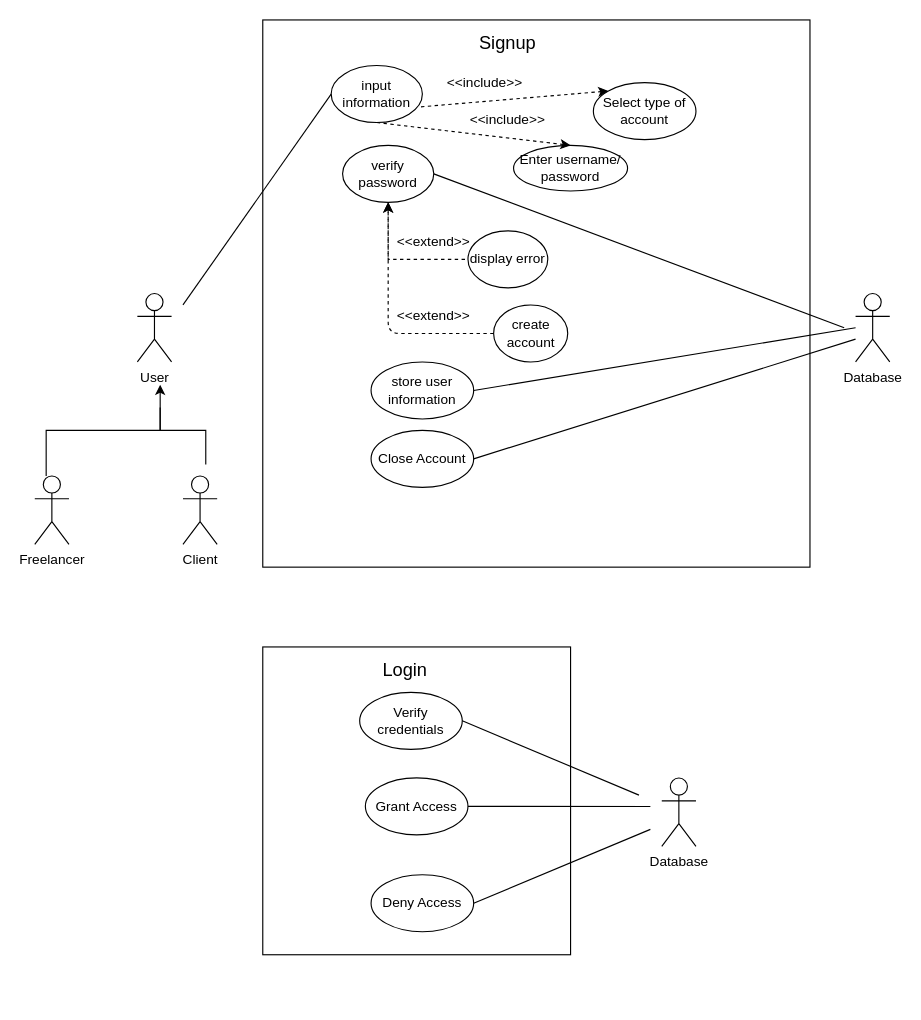
A-Hazzard/DRGNSTUDIO keeps this draw.io diagram as Software Project/case.drawio. Above is the earlier version. Source tidied: cells renumbered, new cells numbered last; positions are measured from the earlier drawing's top-left corner, leaving out a move shared by most shapes. Both pictures are drawn from the tidied source at 114%, with x=0, y=0 at pixel (34, 19).
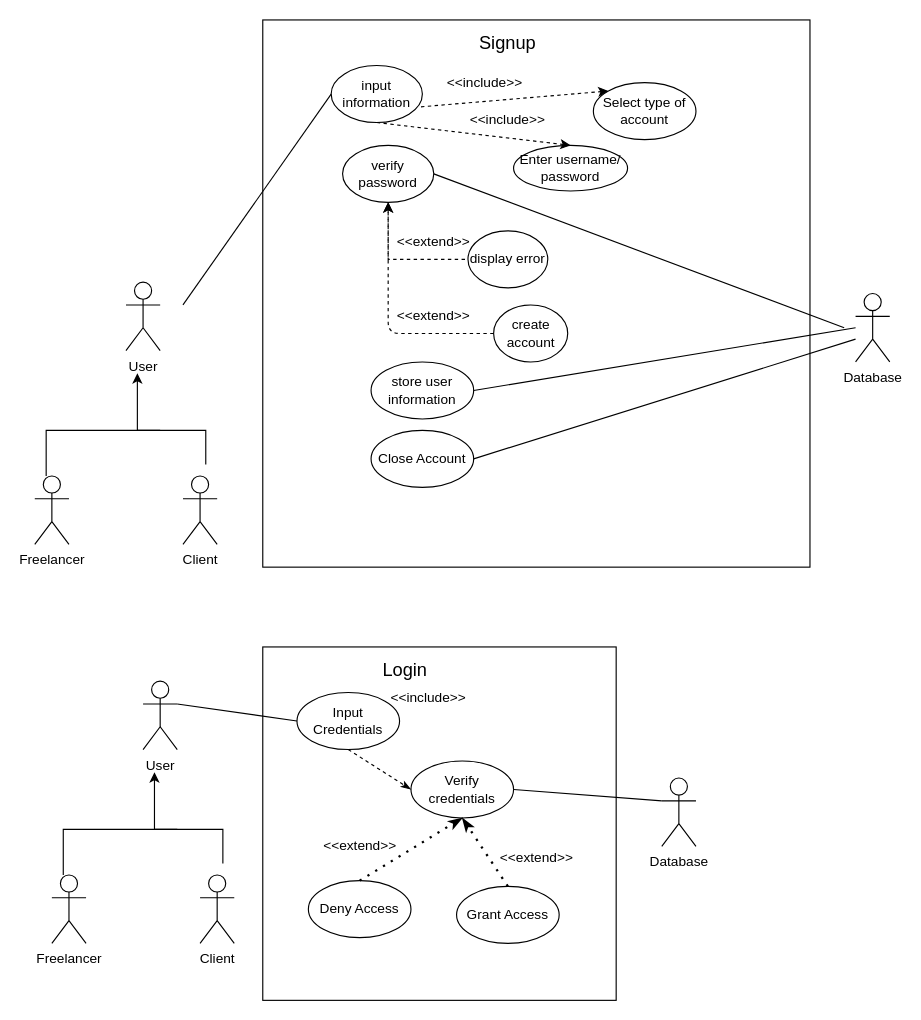
Above is the later version.

Commit message (it also covers changes not shown here):
Use case

The change refers to these unchanged cells:
```xml
<mxCell id="16" value="Freelancer" style="shape=umlActor;verticalLabelPosition=bottom;labelBackgroundColor=#ffffff;verticalAlign=top;html=1;outlineConnect=0;" parent="1" vertex="1">
  <mxGeometry y="400" width="30" height="60" as="geometry" />
</mxCell>
<mxCell id="31" value="Database" style="shape=umlActor;verticalLabelPosition=bottom;labelBackgroundColor=#ffffff;verticalAlign=top;html=1;outlineConnect=0;" parent="1" vertex="1">
  <mxGeometry x="550" y="665" width="30" height="60" as="geometry" />
</mxCell>
```

Change to the diagram source:
```diff
@@
     <mxCell id="4" value="User" style="shape=umlActor;verticalLabelPosition=bottom;labelBackgroundColor=#ffffff;verticalAlign=top;html=1;" parent="1" vertex="1">
-      <mxGeometry x="90" y="240" width="30" height="60" as="geometry" />
+      <mxGeometry x="80" y="230" width="30" height="60" as="geometry" />
     </mxCell>
@@
     <mxCell id="18" style="endArrow=none;html=1;edgeStyle=orthogonalEdgeStyle;rounded=0;" parent="1" edge="1" source="16">
       <mxGeometry relative="1" as="geometry">
-        <mxPoint x="110" y="340" as="targetPoint" />
+        <mxPoint x="110" y="360" as="targetPoint" />
         <Array as="points">
           <mxPoint x="10" y="360" />
           <mxPoint x="110" y="360" />
         </Array>
       </mxGeometry>
     </mxCell>
     <mxCell id="19" style="endArrow=classic;html=1;edgeStyle=orthogonalEdgeStyle;rounded=0;startArrow=none;startFill=0;endFill=1;" parent="1" edge="1">
       <mxGeometry relative="1" as="geometry">
         <mxPoint x="150" y="390" as="sourcePoint" />
-        <mxPoint x="110" y="320" as="targetPoint" />
+        <mxPoint x="90" y="310" as="targetPoint" />
         <Array as="points">
           <mxPoint x="150" y="360" />
-          <mxPoint x="110" y="360" />
+          <mxPoint x="90" y="360" />
+          <mxPoint x="90" y="330" />
         </Array>
       </mxGeometry>
     </mxCell>
@@
     <mxCell id="30" style="whiteSpace=wrap;html=1;" parent="1" vertex="1">
-      <mxGeometry x="200" y="550" width="270" height="270" as="geometry" />
+      <mxGeometry x="200" y="550" width="310" height="310" as="geometry" />
     </mxCell>
@@
     <mxCell id="32" value="Verify credentials" style="ellipse;whiteSpace=wrap;html=1;" parent="1" vertex="1">
-      <mxGeometry x="285" y="589.8" width="90" height="50" as="geometry" />
+      <mxGeometry x="330" y="650" width="90" height="50" as="geometry" />
     </mxCell>
     <mxCell id="33" value="Grant Access" style="ellipse;whiteSpace=wrap;html=1;" parent="1" vertex="1">
-      <mxGeometry x="290" y="664.8" width="90" height="50" as="geometry" />
+      <mxGeometry x="370" y="760" width="90" height="50" as="geometry" />
     </mxCell>
     <mxCell id="34" value="Deny Access" style="ellipse;whiteSpace=wrap;html=1;" parent="1" vertex="1">
-      <mxGeometry x="295" y="749.8" width="90" height="50" as="geometry" />
+      <mxGeometry x="240" y="755" width="90" height="50" as="geometry" />
     </mxCell>
-    <mxCell id="35" style="endArrow=none;html=1;exitX=1;exitY=0.5;exitDx=0;exitDy=0;" parent="1" edge="1" source="34">
-      <mxGeometry relative="1" as="geometry">
-        <mxPoint x="540" y="710" as="targetPoint" />
-      </mxGeometry>
-    </mxCell>
-    <mxCell id="36" style="endArrow=none;html=1;exitX=1;exitY=0.5;exitDx=0;exitDy=0;" parent="1" edge="1" source="33">
-      <mxGeometry relative="1" as="geometry">
-        <mxPoint x="540" y="690" as="targetPoint" />
-      </mxGeometry>
-    </mxCell>
-    <mxCell id="37" style="endArrow=none;html=1;exitX=1;exitY=0.5;exitDx=0;exitDy=0;" parent="1" edge="1" source="32">
-      <mxGeometry relative="1" as="geometry">
-        <mxPoint x="530" y="680" as="targetPoint" />
-      </mxGeometry>
+    <mxCell id="37" style="endArrow=none;html=1;exitX=1;exitY=0.5;exitDx=0;exitDy=0;entryX=0;entryY=0.3333333333333333;entryDx=0;entryDy=0;entryPerimeter=0;" parent="1" edge="1" source="32" target="31">
+      <mxGeometry relative="1" as="geometry" />
     </mxCell>
@@
+    <mxCell id="39" value="User" style="shape=umlActor;verticalLabelPosition=bottom;labelBackgroundColor=#ffffff;verticalAlign=top;html=1;outlineConnect=0;" parent="1" vertex="1">
+      <mxGeometry x="95" y="580" width="30" height="60" as="geometry" />
+    </mxCell>
+    <mxCell id="40" value="Freelancer" style="shape=umlActor;verticalLabelPosition=bottom;labelBackgroundColor=#ffffff;verticalAlign=top;html=1;outlineConnect=0;" parent="1" vertex="1">
+      <mxGeometry x="15" y="750" width="30" height="60" as="geometry" />
+    </mxCell>
+    <mxCell id="41" value="Client" style="shape=umlActor;verticalLabelPosition=bottom;labelBackgroundColor=#ffffff;verticalAlign=top;html=1;" parent="1" vertex="1">
+      <mxGeometry x="145" y="750" width="30" height="60" as="geometry" />
+    </mxCell>
+    <mxCell id="42" style="endArrow=none;html=1;edgeStyle=orthogonalEdgeStyle;rounded=0;" parent="1" edge="1" source="40">
+      <mxGeometry relative="1" as="geometry">
+        <mxPoint x="125" y="710" as="targetPoint" />
+        <Array as="points">
+          <mxPoint x="25" y="710" />
+          <mxPoint x="125" y="710" />
+        </Array>
+      </mxGeometry>
+    </mxCell>
+    <mxCell id="43" style="endArrow=classic;html=1;edgeStyle=orthogonalEdgeStyle;rounded=0;startArrow=none;startFill=0;endFill=1;" parent="1" edge="1">
+      <mxGeometry relative="1" as="geometry">
+        <mxPoint x="165" y="740" as="sourcePoint" />
+        <mxPoint x="105" y="660" as="targetPoint" />
+        <Array as="points">
+          <mxPoint x="165" y="710" />
+          <mxPoint x="105" y="710" />
+          <mxPoint x="105" y="680" />
+        </Array>
+      </mxGeometry>
+    </mxCell>
+    <mxCell id="44" style="endArrow=classicThin;dashed=1;html=1;dashPattern=1 3;strokeWidth=2;rounded=0;entryX=0.5;entryY=1;entryDx=0;entryDy=0;exitX=0.5;exitY=0;exitDx=0;exitDy=0;endFill=1;" parent="1" edge="1" source="34" target="32">
+      <mxGeometry relative="1" as="geometry" />
+    </mxCell>
+    <mxCell id="45" style="endArrow=classicThin;dashed=1;html=1;dashPattern=1 3;strokeWidth=2;rounded=0;exitX=0.5;exitY=0;exitDx=0;exitDy=0;entryX=0.5;entryY=1;entryDx=0;entryDy=0;endFill=1;" parent="1" edge="1" source="33" target="32">
+      <mxGeometry relative="1" as="geometry" />
+    </mxCell>
+    <mxCell id="46" value="&amp;lt;&amp;lt;extend&amp;gt;&amp;gt;" style="text;html=1;align=center;verticalAlign=middle;strokeColor=none;fillColor=none;" parent="1" vertex="1">
+      <mxGeometry x="240" y="710" width="90" height="30" as="geometry" />
+    </mxCell>
+    <mxCell id="47" value="&amp;lt;&amp;lt;extend&amp;gt;&amp;gt;" style="text;html=1;align=center;verticalAlign=middle;strokeColor=none;fillColor=none;" parent="1" vertex="1">
+      <mxGeometry x="395" y="720" width="90" height="30" as="geometry" />
+    </mxCell>
+    <mxCell id="48" value="Input Credentials" style="ellipse;whiteSpace=wrap;html=1;" parent="1" vertex="1">
+      <mxGeometry x="230" y="590" width="90" height="50" as="geometry" />
+    </mxCell>
+    <mxCell id="49" value="&amp;lt;&amp;lt;include&amp;gt;&amp;gt;" style="text;html=1;align=center;verticalAlign=middle;strokeColor=none;fillColor=none;" parent="1" vertex="1">
+      <mxGeometry x="300" y="580" width="90" height="30" as="geometry" />
+    </mxCell>
+    <mxCell id="50" style="endArrow=none;html=1;rounded=0;exitX=1;exitY=0.3333333333333333;exitDx=0;exitDy=0;exitPerimeter=0;entryX=0;entryY=0.5;entryDx=0;entryDy=0;" parent="1" edge="1" source="39" target="48">
+      <mxGeometry relative="1" as="geometry" />
+    </mxCell>
+    <mxCell id="51" style="endArrow=classicThin;html=1;rounded=0;exitX=0.5;exitY=1;exitDx=0;exitDy=0;entryX=0;entryY=0.5;entryDx=0;entryDy=0;endFill=1;dashed=1;" parent="1" edge="1" source="48" target="32">
+      <mxGeometry relative="1" as="geometry" />
+    </mxCell>
```
